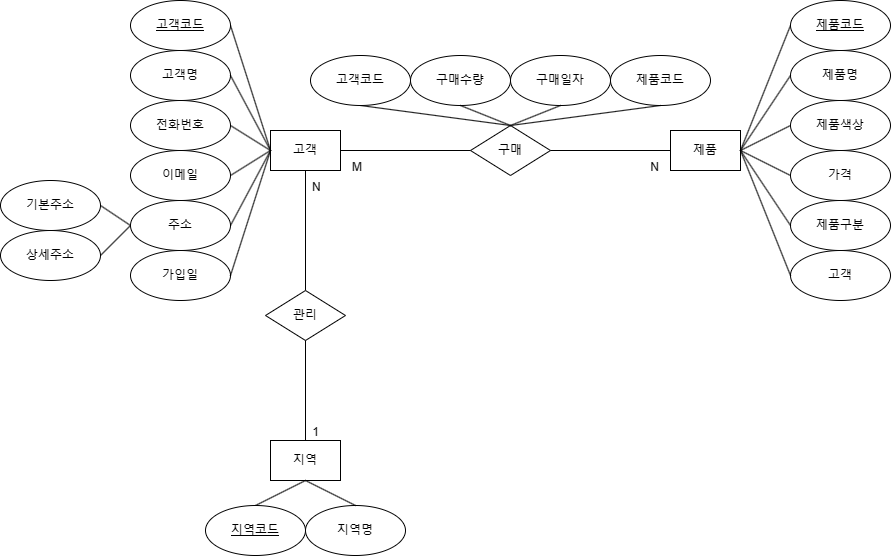
This is product.drawio.png from Eehnodu/DBStudy, a draw.io export, as it was before one commit. Source tidied: cells renumbered, new cells last; positions are measured from the earlier drawing's top-left corner, leaving out a move shared by most shapes.
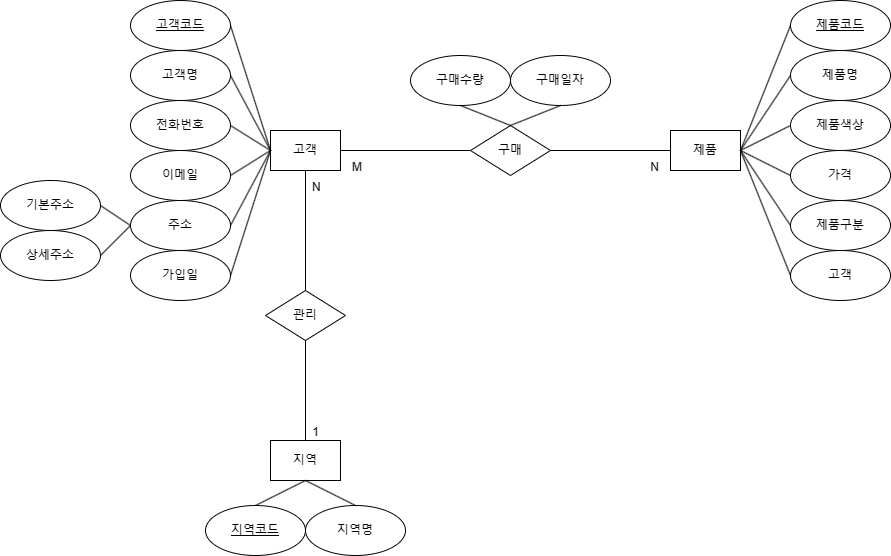
After the change.

Change to the diagram source:
```diff
@@ -106,15 +106,6 @@
         <mxPoint x="5" y="25" as="offset" />
       </mxGeometry>
     </mxCell>
-    <mxCell id="36" value="제품코드" style="ellipse;whiteSpace=wrap;html=1;" parent="1" vertex="1">
-      <mxGeometry x="610" y="55" width="100" height="50" as="geometry" />
-    </mxCell>
-    <mxCell id="37" style="endArrow=none;html=1;rounded=0;exitX=0.5;exitY=1;exitDx=0;exitDy=0;entryX=0.5;entryY=0;entryDx=0;entryDy=0;" parent="1" edge="1" source="42" target="15">
-      <mxGeometry relative="1" as="geometry" />
-    </mxCell>
-    <mxCell id="38" style="endArrow=none;html=1;rounded=0;exitX=0.5;exitY=0;exitDx=0;exitDy=0;entryX=0.5;entryY=1;entryDx=0;entryDy=0;" parent="1" edge="1" source="15" target="36">
-      <mxGeometry relative="1" as="geometry" />
-    </mxCell>
     <mxCell id="39" value="고객코드" style="ellipse;whiteSpace=wrap;html=1;align=center;fontStyle=4;" parent="1" vertex="1">
       <mxGeometry x="130" width="100" height="50" as="geometry" />
     </mxCell>
@@ -124,9 +115,6 @@
     <mxCell id="41" value="제품코드" style="ellipse;whiteSpace=wrap;html=1;align=center;fontStyle=4;" parent="1" vertex="1">
       <mxGeometry x="790" width="100" height="50" as="geometry" />
     </mxCell>
-    <mxCell id="42" value="고객코드" style="ellipse;whiteSpace=wrap;html=1;" parent="1" vertex="1">
-      <mxGeometry x="310" y="55" width="100" height="50" as="geometry" />
-    </mxCell>
     <mxCell id="43" value="주소" style="ellipse;whiteSpace=wrap;html=1;" parent="1" vertex="1">
       <mxGeometry x="130" y="200" width="100" height="50" as="geometry" />
     </mxCell>
```
